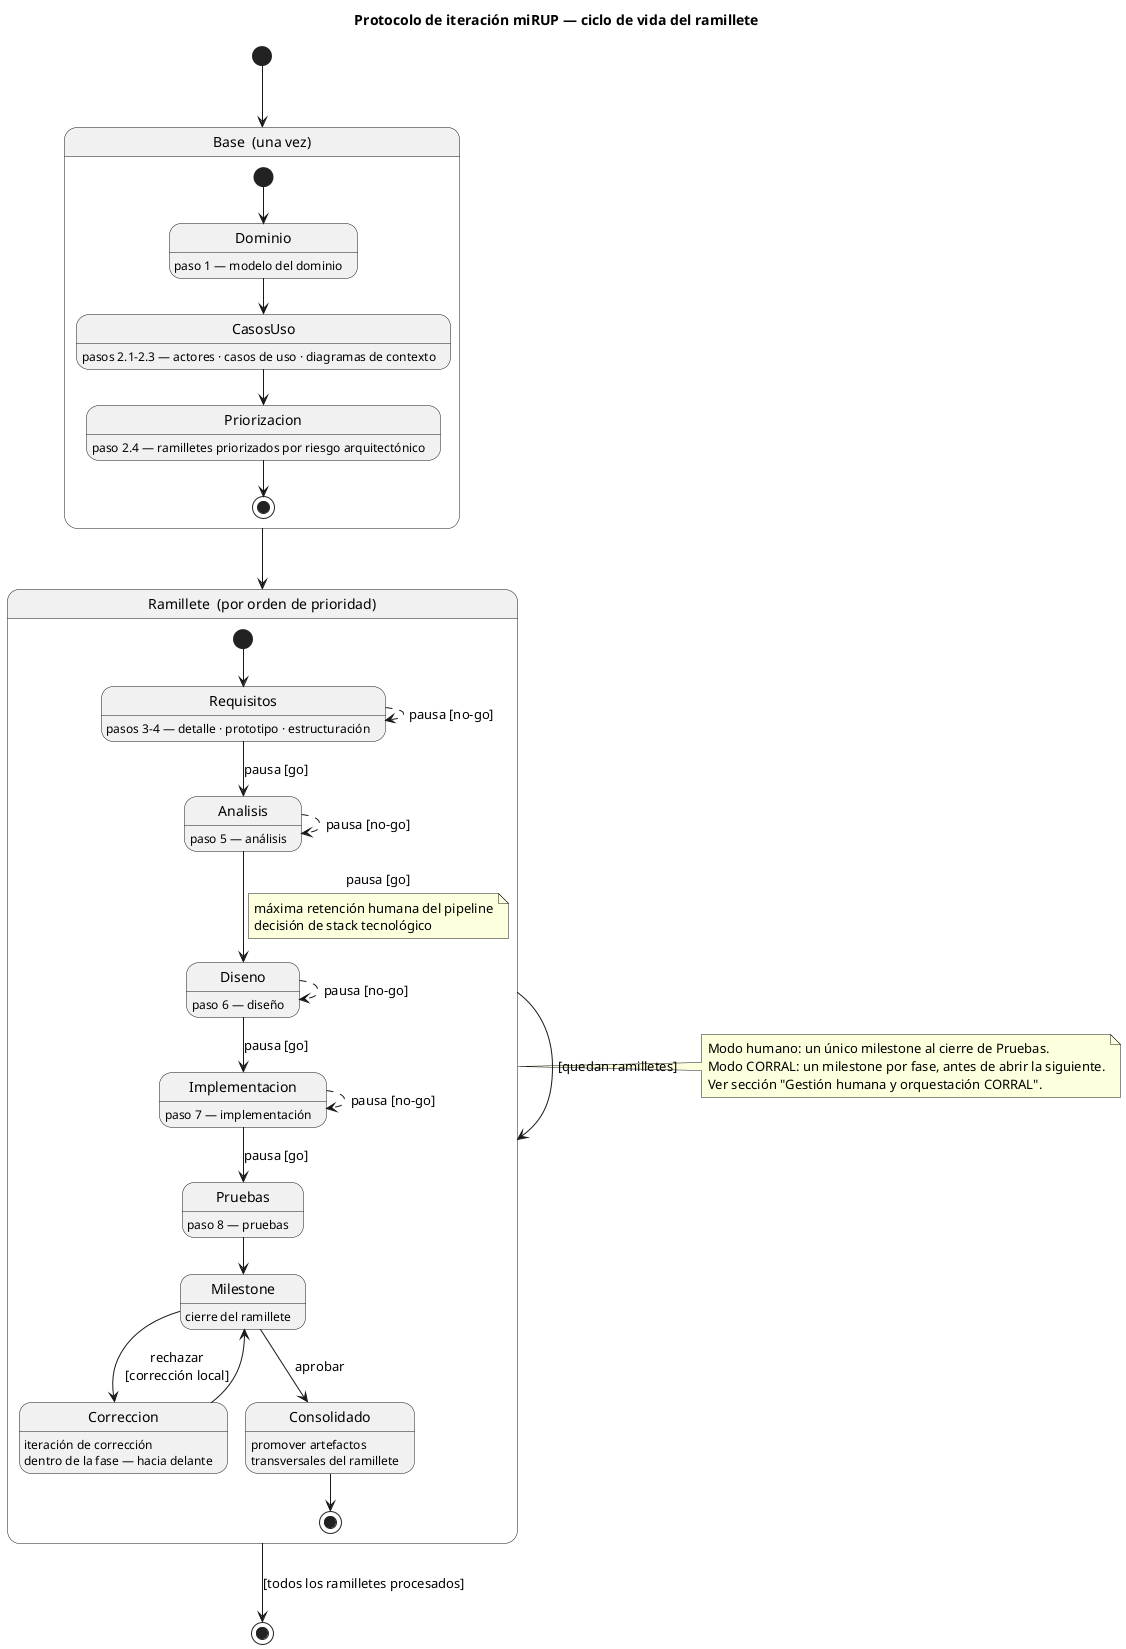
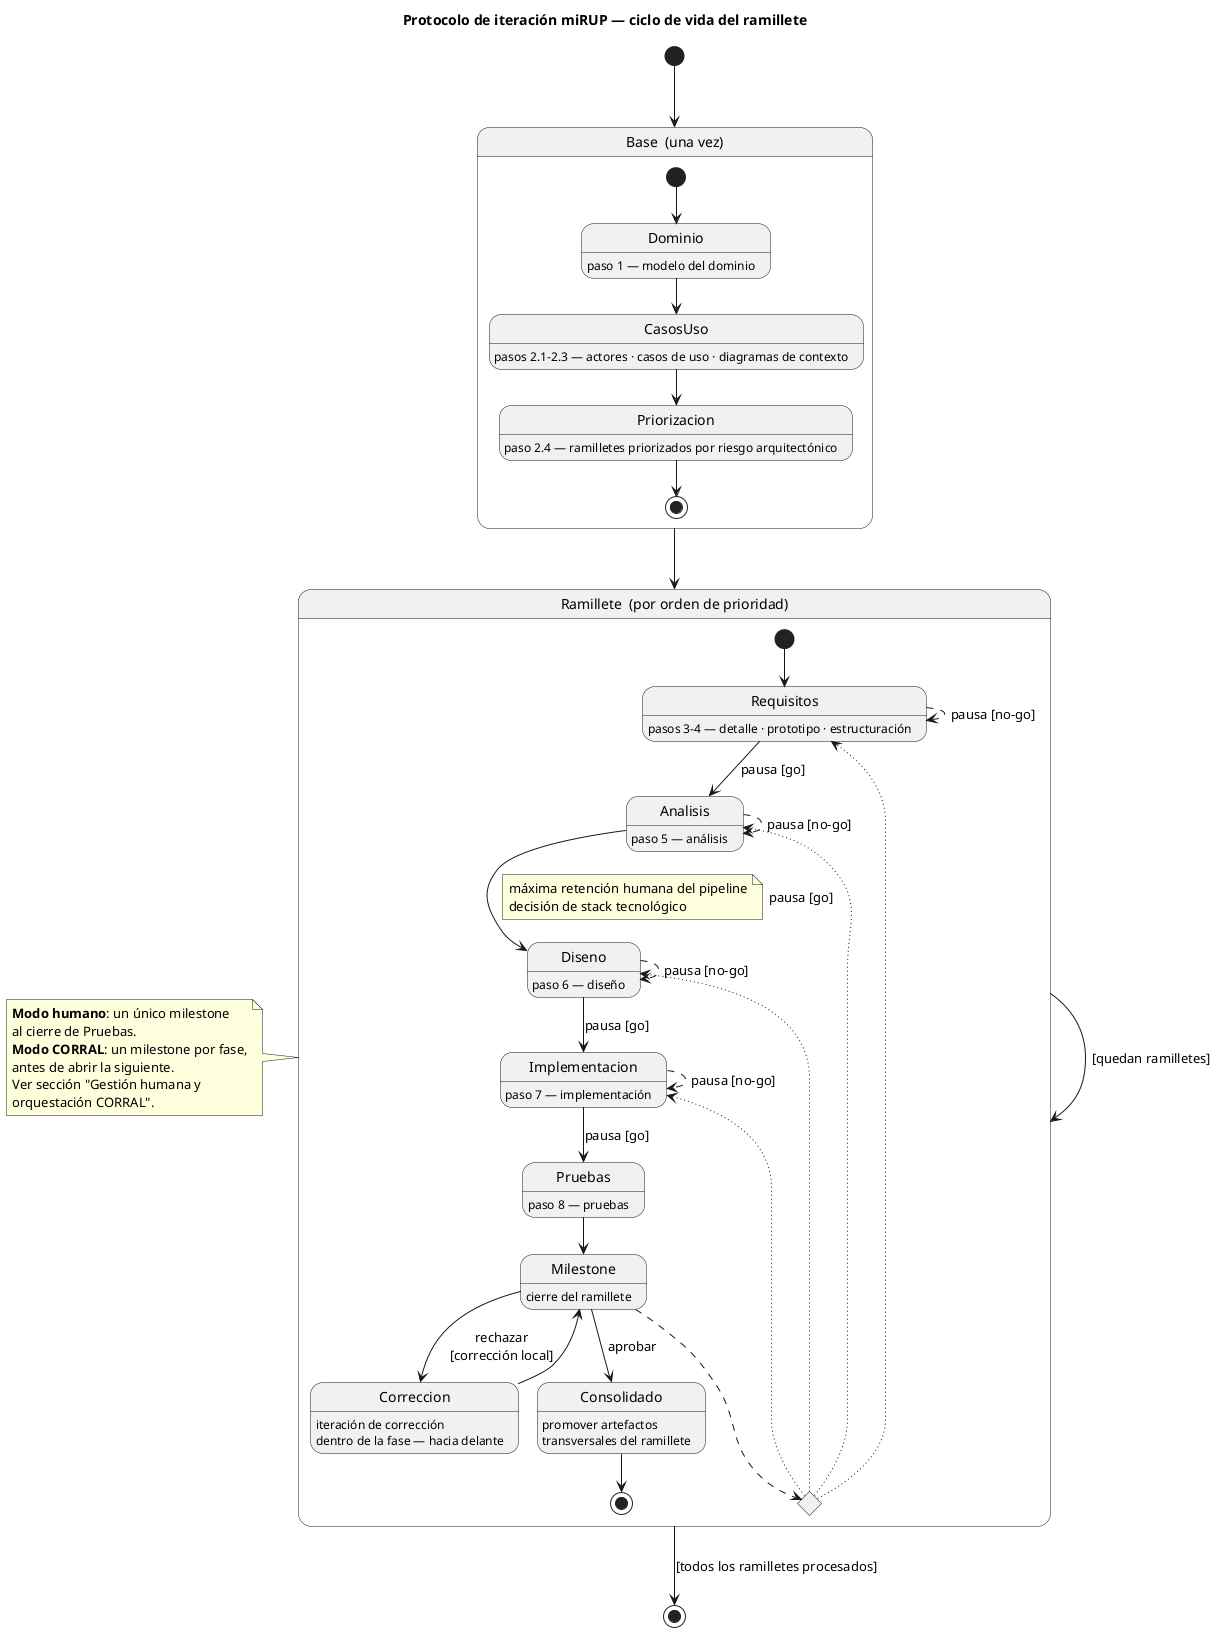
@startuml

title Protocolo de iteración miRUP — ciclo de vida del ramillete

[*] --> Base

state "Base  (una vez)" as Base {
  [*] --> Dominio
  Dominio : paso 1 — modelo del dominio
  Dominio --> CasosUso

  CasosUso : pasos 2.1–2.3 — actores · casos de uso · diagramas de contexto
  CasosUso --> Priorizacion

  Priorizacion : paso 2.4 — ramilletes priorizados por riesgo arquitectónico
  Priorizacion --> [*]
}

Base --> Ramillete

state "Ramillete  (por orden de prioridad)" as Ramillete {

  [*] --> Requisitos

  Requisitos : pasos 3–4 — detalle · prototipo · estructuración
  Requisitos -[dashed]-> Requisitos : pausa [no-go]
  Requisitos --> Analisis : pausa [go]

  Analisis : paso 5 — análisis
  Analisis -[dashed]-> Analisis : pausa [no-go]
  Analisis --> Diseno : pausa [go]

-   note on link
+   note left on link
    máxima retención humana del pipeline
    decisión de stack tecnológico
  end note

  Diseno : paso 6 — diseño
  Diseno -[dashed]-> Diseno : pausa [no-go]
  Diseno --> Implementacion : pausa [go]

  Implementacion : paso 7 — implementación
  Implementacion -[dashed]-> Implementacion : pausa [no-go]
  Implementacion --> Pruebas : pausa [go]

  Pruebas : paso 8 — pruebas
  Pruebas --> Milestone

  state Milestone : cierre del ramillete
  Milestone --> Correccion : rechazar\n[corrección local]
  Milestone --> Consolidado : aprobar

  state Correccion : iteración de corrección\ndentro de la fase — hacia delante
  Correccion --> Milestone

  state Consolidado : promover artefactos\ntransversales del ramillete
  Consolidado --> [*]
+ 
+   state Reset <<choice>>
+ 
+   Milestone -[dashed]--> Reset
+ 
+   Reset -[dotted]--> Requisitos
+   Reset -[dotted]--> Analisis
+   Reset -[dotted]--> Diseno
+   Reset -[dotted]-> Implementacion
+   'Reset -[dotted]-> Pruebas
}

Ramillete --> Ramillete : [quedan ramilletes]
Ramillete --> [*] : [todos los ramilletes procesados]

- note right of Ramillete
-   Modo humano: un único milestone al cierre de Pruebas.
-   Modo CORRAL: un milestone por fase, antes de abrir la siguiente.
-   Ver sección "Gestión humana y orquestación CORRAL".
+ note left of Ramillete
+   <b>Modo humano</b>: un único milestone
+   al cierre de Pruebas.
+   <b>Modo CORRAL</b>: un milestone por fase,
+   antes de abrir la siguiente.
+   Ver sección "Gestión humana y
+   orquestación CORRAL".
end note

@enduml
